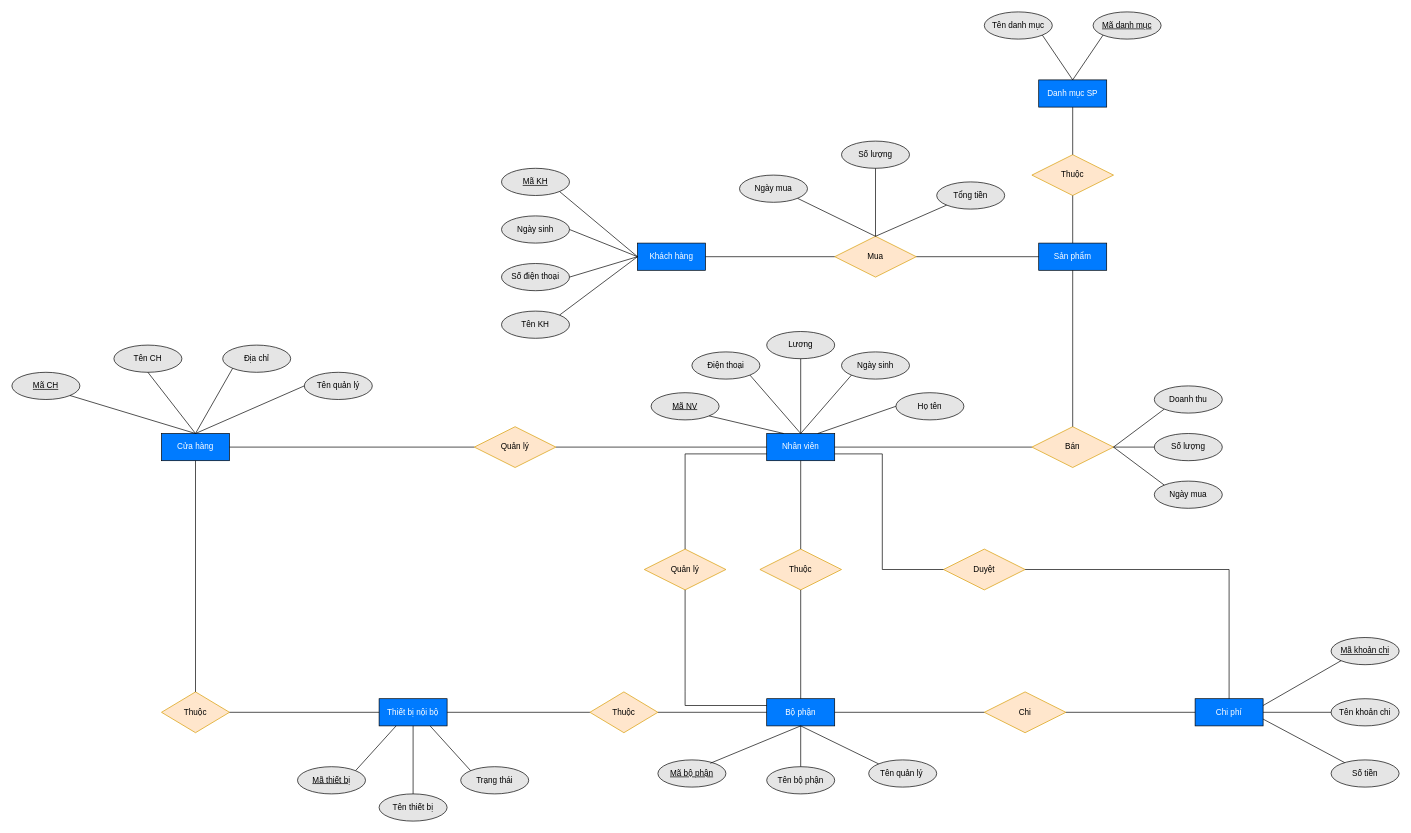
Above: ERD HTTT.drawio in NightFury712/Test (draw.io), before the change. Source tidied: cells renumbered, new cells numbered last; positions are measured from the earlier drawing's top-left corner, leaving out a move shared by most shapes. Both pictures are drawn from the tidied source at 68%, with x=0, y=0 at pixel (12, 12).
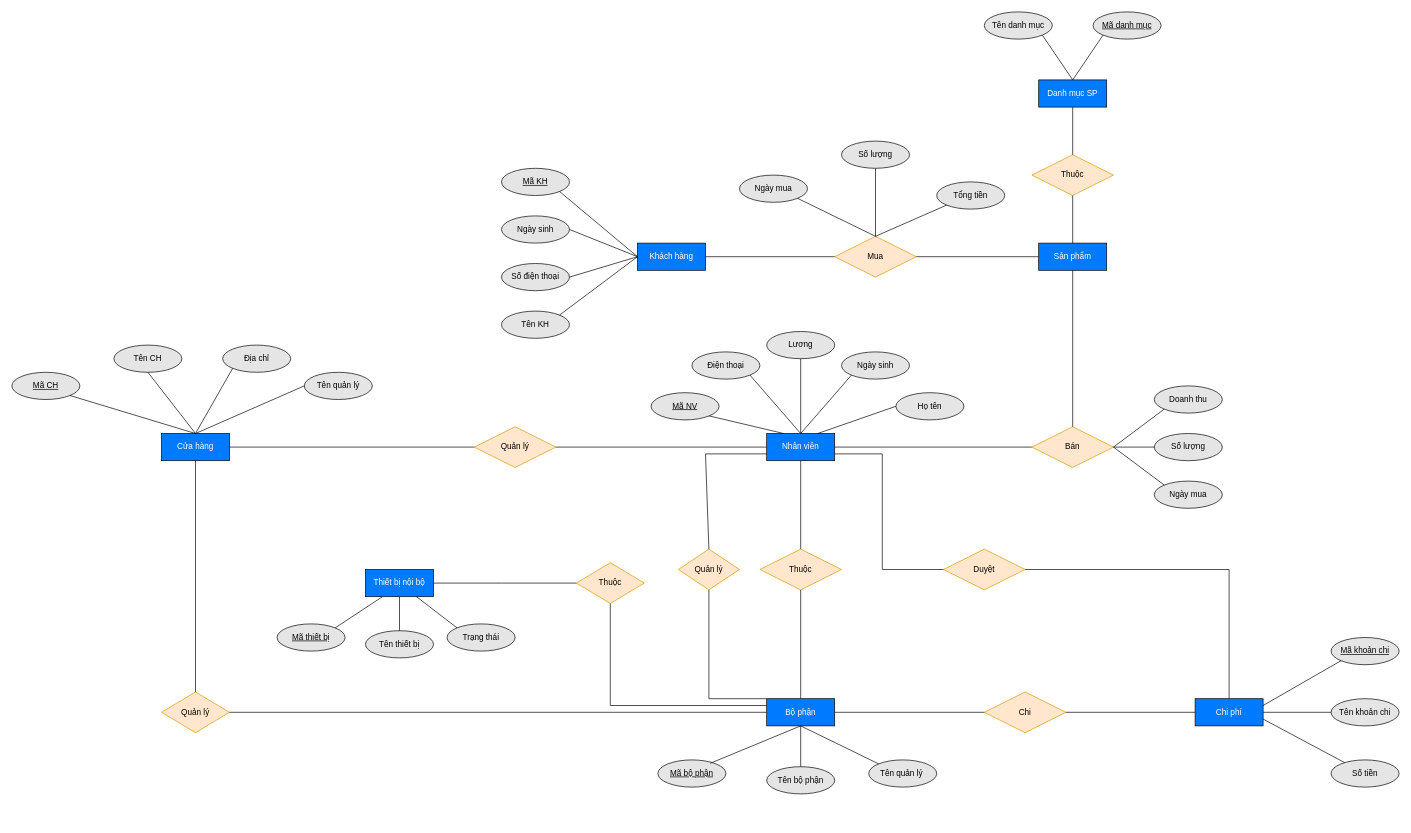
After the change.

Unchanged cells that the change refers to:
```xml
<mxCell id="13" value="Bộ phận" style="whiteSpace=wrap;html=1;align=center;fillColor=#007bff;strokeColor=#000000;fontColor=#FFFFFF;" parent="1" vertex="1">
  <mxGeometry x="1110" y="1010" width="100" height="40" as="geometry" />
</mxCell>
<mxCell id="19" value="Nhân viên" style="whiteSpace=wrap;html=1;align=center;fillColor=#007bff;strokeColor=#000000;fontColor=#FFFFFF;" parent="1" vertex="1">
  <mxGeometry x="1110" y="620" width="100" height="40" as="geometry" />
</mxCell>
```

Diff of the diagram source:
```diff
@@
-    <mxCell id="7" value="Thuộc" style="shape=rhombus;perimeter=rhombusPerimeter;whiteSpace=wrap;html=1;align=center;labelBackgroundColor=#;strokeColor=#d79b00;fillColor=#ffe6cc;" parent="1" vertex="1">
+    <mxCell id="7" value="Quản lý" style="shape=rhombus;perimeter=rhombusPerimeter;whiteSpace=wrap;html=1;align=center;labelBackgroundColor=#;strokeColor=#d79b00;fillColor=#ffe6cc;" parent="1" vertex="1">
       <mxGeometry x="220" y="1000" width="100" height="60" as="geometry" />
     </mxCell>
     <mxCell id="8" value="Thiết bị nội bộ" style="whiteSpace=wrap;html=1;align=center;fillColor=#007bff;strokeColor=#000000;fontColor=#FFFFFF;" parent="1" vertex="1">
-      <mxGeometry x="540" y="1010" width="100" height="40" as="geometry" />
+      <mxGeometry x="520" y="820" width="100" height="40" as="geometry" />
     </mxCell>
     <mxCell id="9" value="Tên thiết bị" style="ellipse;whiteSpace=wrap;html=1;align=center;labelBackgroundColor=#;fontColor=#000000;strokeColor=#000000;fillColor=#e5e5e5;" parent="1" vertex="1">
-      <mxGeometry x="540" y="1150" width="100" height="40" as="geometry" />
+      <mxGeometry x="520" y="910" width="100" height="40" as="geometry" />
     </mxCell>
     <mxCell id="10" value="Trạng thái" style="ellipse;whiteSpace=wrap;html=1;align=center;labelBackgroundColor=#;fontColor=#000000;strokeColor=#000000;fillColor=#e5e5e5;" parent="1" vertex="1">
-      <mxGeometry x="660" y="1110" width="100" height="40" as="geometry" />
+      <mxGeometry x="640" y="900" width="100" height="40" as="geometry" />
     </mxCell>
     <mxCell id="11" value="Mã thiết bị" style="ellipse;whiteSpace=wrap;html=1;align=center;fontStyle=4;labelBackgroundColor=#;fontColor=#000000;strokeColor=#000000;fillColor=#e5e5e5;" parent="1" vertex="1">
-      <mxGeometry x="420" y="1110" width="100" height="40" as="geometry" />
+      <mxGeometry x="390" y="900" width="100" height="40" as="geometry" />
     </mxCell>
-    <mxCell id="12" value="Thuộc" style="shape=rhombus;perimeter=rhombusPerimeter;whiteSpace=wrap;html=1;align=center;labelBackgroundColor=#;strokeColor=#d79b00;fillColor=#ffe6cc;" parent="1" vertex="1">
-      <mxGeometry x="850" y="1000" width="100" height="60" as="geometry" />
-    </mxCell>
@@
-    <mxCell id="49" style="endArrow=none;html=1;rounded=0;exitX=1;exitY=0.5;exitDx=0;exitDy=0;entryX=0;entryY=0.5;entryDx=0;entryDy=0;" parent="1" edge="1" source="7" target="8">
-      <mxGeometry relative="1" as="geometry" />
-    </mxCell>
@@
-    <mxCell id="53" style="endArrow=none;html=1;rounded=0;exitX=1;exitY=0.5;exitDx=0;exitDy=0;entryX=0;entryY=0.5;entryDx=0;entryDy=0;" parent="1" edge="1" source="8" target="12">
-      <mxGeometry relative="1" as="geometry" />
-    </mxCell>
-    <mxCell id="54" style="endArrow=none;html=1;rounded=0;exitX=1;exitY=0.5;exitDx=0;exitDy=0;entryX=0;entryY=0.5;entryDx=0;entryDy=0;" parent="1" edge="1" source="12" target="13">
-      <mxGeometry relative="1" as="geometry" />
-    </mxCell>
@@
-    <mxCell id="84" value="Quản lý" style="shape=rhombus;perimeter=rhombusPerimeter;whiteSpace=wrap;html=1;align=center;labelBackgroundColor=#;strokeColor=#d79b00;fillColor=#ffe6cc;" parent="1" vertex="1">
-      <mxGeometry x="930" y="790" width="120" height="60" as="geometry" />
+    <mxCell id="84" value="Thuộc" style="shape=rhombus;perimeter=rhombusPerimeter;whiteSpace=wrap;html=1;align=center;labelBackgroundColor=#;strokeColor=#d79b00;fillColor=#ffe6cc;" parent="1" vertex="1">
+      <mxGeometry x="830" y="810" width="100" height="60" as="geometry" />
     </mxCell>
@@
-    <mxCell id="88" style="endArrow=none;html=1;rounded=0;exitX=0.5;exitY=0;exitDx=0;exitDy=0;entryX=0;entryY=0.75;entryDx=0;entryDy=0;" parent="1" edge="1" source="84" target="19">
+    <mxCell id="88" style="endArrow=none;html=1;rounded=0;exitX=0;exitY=0.5;exitDx=0;exitDy=0;entryX=1;entryY=0.5;entryDx=0;entryDy=0;" parent="1" edge="1" source="84" target="8">
       <mxGeometry relative="1" as="geometry">
         <Array as="points">
-          <mxPoint x="990" y="650" />
+          <mxPoint x="720" y="840" />
         </Array>
       </mxGeometry>
     </mxCell>
     <mxCell id="89" style="endArrow=none;html=1;rounded=0;entryX=0.5;entryY=1;entryDx=0;entryDy=0;exitX=0;exitY=0.25;exitDx=0;exitDy=0;" parent="1" edge="1" source="13" target="84">
       <mxGeometry relative="1" as="geometry">
         <Array as="points">
-          <mxPoint x="990" y="1020" />
-          <mxPoint x="990" y="1000" />
+          <mxPoint x="880" y="1020" />
         </Array>
       </mxGeometry>
     </mxCell>
@@
+    <mxCell id="100" style="endArrow=none;html=1;rounded=0;exitX=1;exitY=0.5;exitDx=0;exitDy=0;entryX=0;entryY=0.5;entryDx=0;entryDy=0;" parent="1" edge="1" source="7" target="13">
+      <mxGeometry relative="1" as="geometry" />
+    </mxCell>
+    <mxCell id="101" value="Quản lý" style="shape=rhombus;perimeter=rhombusPerimeter;whiteSpace=wrap;html=1;align=center;labelBackgroundColor=#;strokeColor=#d79b00;fillColor=#ffe6cc;" parent="1" vertex="1">
+      <mxGeometry x="980" y="790" width="90" height="60" as="geometry" />
+    </mxCell>
+    <mxCell id="102" style="endArrow=none;html=1;rounded=0;entryX=0.5;entryY=1;entryDx=0;entryDy=0;exitX=0;exitY=0;exitDx=0;exitDy=0;" parent="1" edge="1" source="13" target="101">
+      <mxGeometry relative="1" as="geometry">
+        <Array as="points">
+          <mxPoint x="1025" y="1010" />
+        </Array>
+      </mxGeometry>
+    </mxCell>
+    <mxCell id="103" style="endArrow=none;html=1;rounded=0;entryX=0;entryY=0.75;entryDx=0;entryDy=0;exitX=0.5;exitY=0;exitDx=0;exitDy=0;" parent="1" edge="1" source="101" target="19">
+      <mxGeometry relative="1" as="geometry">
+        <Array as="points">
+          <mxPoint x="1020" y="650" />
+        </Array>
+      </mxGeometry>
+    </mxCell>
```
